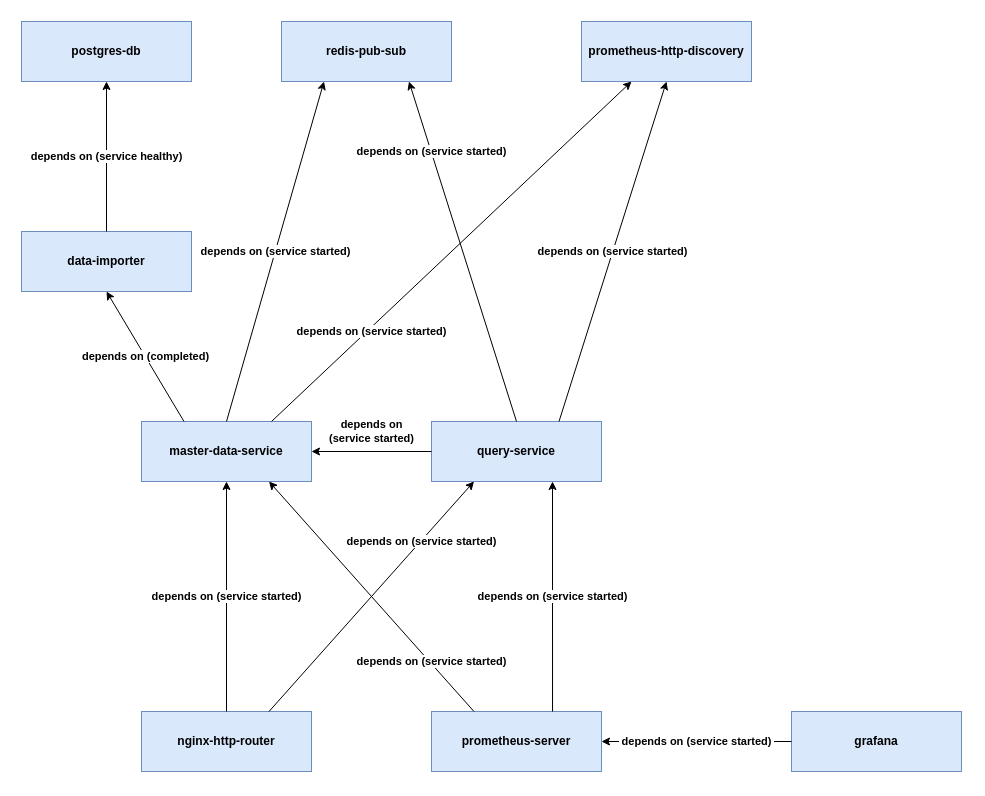
This is page "Docker Compose Dependencies" (3 of 5) of diagrams/diagrams.drawio from Jardo72/City-Navigator, a draw.io file, before an edit. Source tidied: cells renumbered, new cells numbered last; positions are measured from the earlier drawing's top-left corner, leaving out a move shared by most shapes. Both pictures are drawn from the tidied source at 100%, with x=0, y=0 at pixel (21, 21).
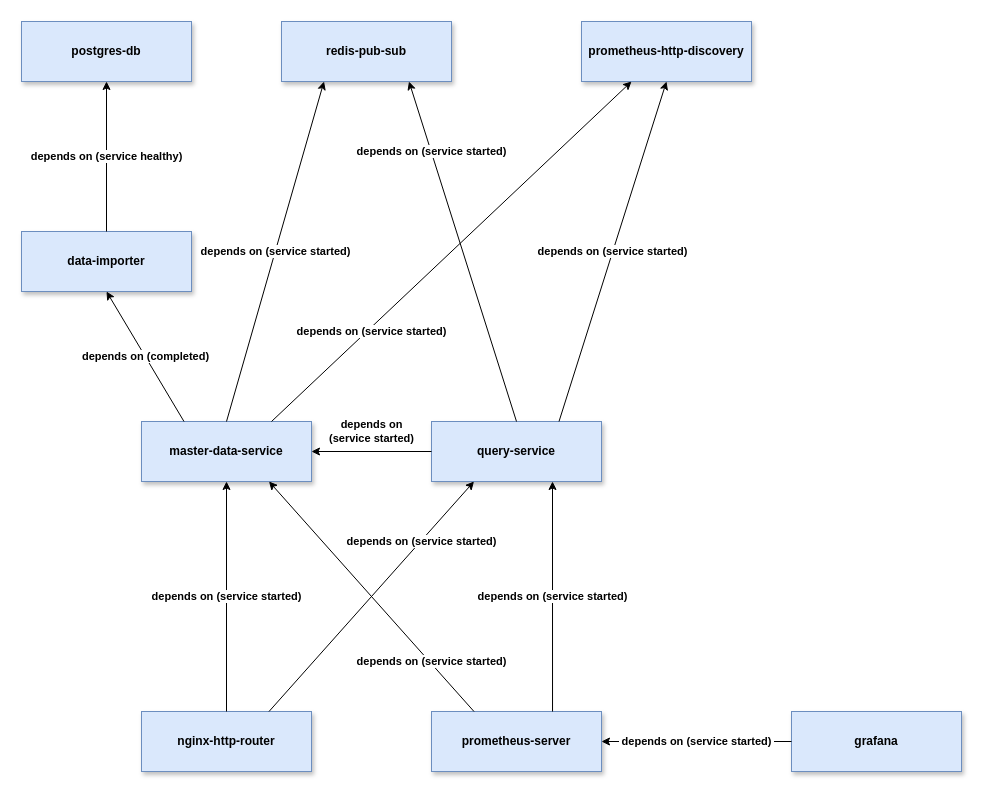
Above is the later version.

What changed in the source:
```diff
@@
-    <mxCell id="2" value="postgres-db" style="rounded=0;whiteSpace=wrap;html=1;fillColor=#dae8fc;strokeColor=#6c8ebf;fontStyle=1;" parent="1" vertex="1">
+    <mxCell id="2" value="postgres-db" style="rounded=0;whiteSpace=wrap;html=1;fillColor=#dae8fc;strokeColor=#6c8ebf;fontStyle=1;shadow=1;" parent="1" vertex="1">
       <mxGeometry width="170" height="60" as="geometry" />
     </mxCell>
-    <mxCell id="3" value="data-importer" style="rounded=0;whiteSpace=wrap;html=1;fillColor=#dae8fc;strokeColor=#6c8ebf;fontStyle=1;" parent="1" vertex="1">
+    <mxCell id="3" value="data-importer" style="rounded=0;whiteSpace=wrap;html=1;fillColor=#dae8fc;strokeColor=#6c8ebf;fontStyle=1;shadow=1;" parent="1" vertex="1">
       <mxGeometry y="210" width="170" height="60" as="geometry" />
     </mxCell>
-    <mxCell id="4" value="redis-pub-sub" style="rounded=0;whiteSpace=wrap;html=1;fillColor=#dae8fc;strokeColor=#6c8ebf;fontStyle=1;" parent="1" vertex="1">
+    <mxCell id="4" value="redis-pub-sub" style="rounded=0;whiteSpace=wrap;html=1;fillColor=#dae8fc;strokeColor=#6c8ebf;fontStyle=1;shadow=1;" parent="1" vertex="1">
       <mxGeometry x="260" width="170" height="60" as="geometry" />
     </mxCell>
-    <mxCell id="5" value="master-data-service" style="rounded=0;whiteSpace=wrap;html=1;fillColor=#dae8fc;strokeColor=#6c8ebf;fontStyle=1;" parent="1" vertex="1">
+    <mxCell id="5" value="master-data-service" style="rounded=0;whiteSpace=wrap;html=1;fillColor=#dae8fc;strokeColor=#6c8ebf;fontStyle=1;shadow=1;" parent="1" vertex="1">
       <mxGeometry x="120" y="400" width="170" height="60" as="geometry" />
     </mxCell>
-    <mxCell id="6" value="query-service" style="rounded=0;whiteSpace=wrap;html=1;fillColor=#dae8fc;strokeColor=#6c8ebf;fontStyle=1;" parent="1" vertex="1">
+    <mxCell id="6" value="query-service" style="rounded=0;whiteSpace=wrap;html=1;fillColor=#dae8fc;strokeColor=#6c8ebf;fontStyle=1;shadow=1;" parent="1" vertex="1">
       <mxGeometry x="410" y="400" width="170" height="60" as="geometry" />
     </mxCell>
-    <mxCell id="7" value="nginx-http-router" style="rounded=0;whiteSpace=wrap;html=1;fillColor=#dae8fc;strokeColor=#6c8ebf;fontStyle=1;" parent="1" vertex="1">
+    <mxCell id="7" value="nginx-http-router" style="rounded=0;whiteSpace=wrap;html=1;fillColor=#dae8fc;strokeColor=#6c8ebf;fontStyle=1;shadow=1;" parent="1" vertex="1">
       <mxGeometry x="120" y="690" width="170" height="60" as="geometry" />
     </mxCell>
-    <mxCell id="8" value="prometheus-server" style="rounded=0;whiteSpace=wrap;html=1;fillColor=#dae8fc;strokeColor=#6c8ebf;fontStyle=1;" parent="1" vertex="1">
+    <mxCell id="8" value="prometheus-server" style="rounded=0;whiteSpace=wrap;html=1;fillColor=#dae8fc;strokeColor=#6c8ebf;fontStyle=1;shadow=1;" parent="1" vertex="1">
       <mxGeometry x="410" y="690" width="170" height="60" as="geometry" />
     </mxCell>
-    <mxCell id="9" value="prometheus-http-discovery" style="rounded=0;whiteSpace=wrap;html=1;fillColor=#dae8fc;strokeColor=#6c8ebf;fontStyle=1;" parent="1" vertex="1">
+    <mxCell id="9" value="prometheus-http-discovery" style="rounded=0;whiteSpace=wrap;html=1;fillColor=#dae8fc;strokeColor=#6c8ebf;fontStyle=1;shadow=1;" parent="1" vertex="1">
       <mxGeometry x="560" width="170" height="60" as="geometry" />
     </mxCell>
-    <mxCell id="10" value="grafana" style="rounded=0;whiteSpace=wrap;html=1;fillColor=#dae8fc;strokeColor=#6c8ebf;fontStyle=1;" parent="1" vertex="1">
+    <mxCell id="10" value="grafana" style="rounded=0;whiteSpace=wrap;html=1;fillColor=#dae8fc;strokeColor=#6c8ebf;fontStyle=1;shadow=1;" parent="1" vertex="1">
       <mxGeometry x="770" y="690" width="170" height="60" as="geometry" />
     </mxCell>
```
